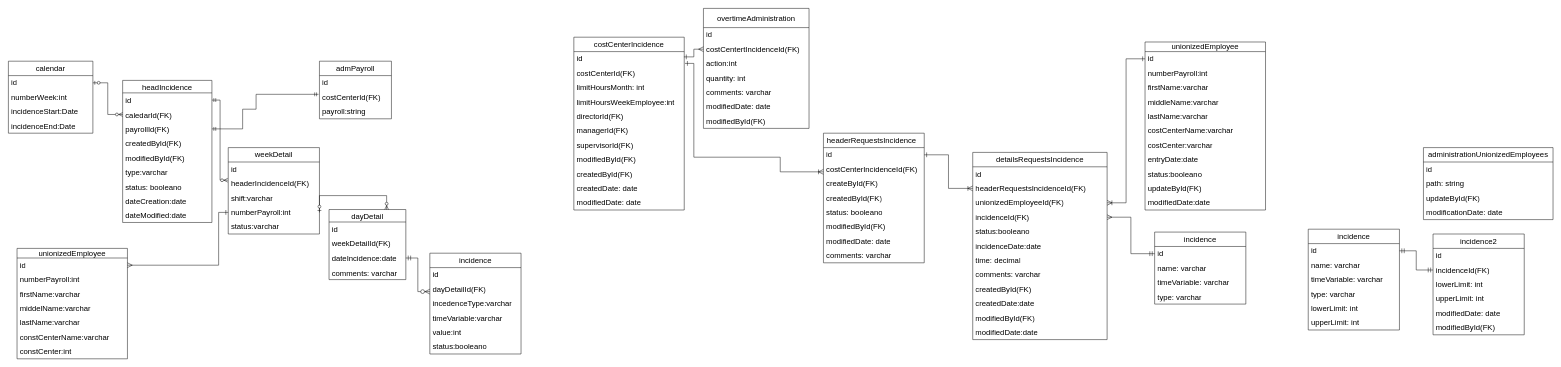
Before: page "Page-RelationalDiagram" (1 of 2) of Untitled Diagram.drawio in SocorroGC30/prueba3, a draw.io diagram. Source tidied: cells renumbered, new cells numbered last; positions are measured from the earlier drawing's top-left corner, leaving out a move shared by most shapes. Both pictures are drawn from the tidied source at 48%, with x=0, y=0 at pixel (8, 8).
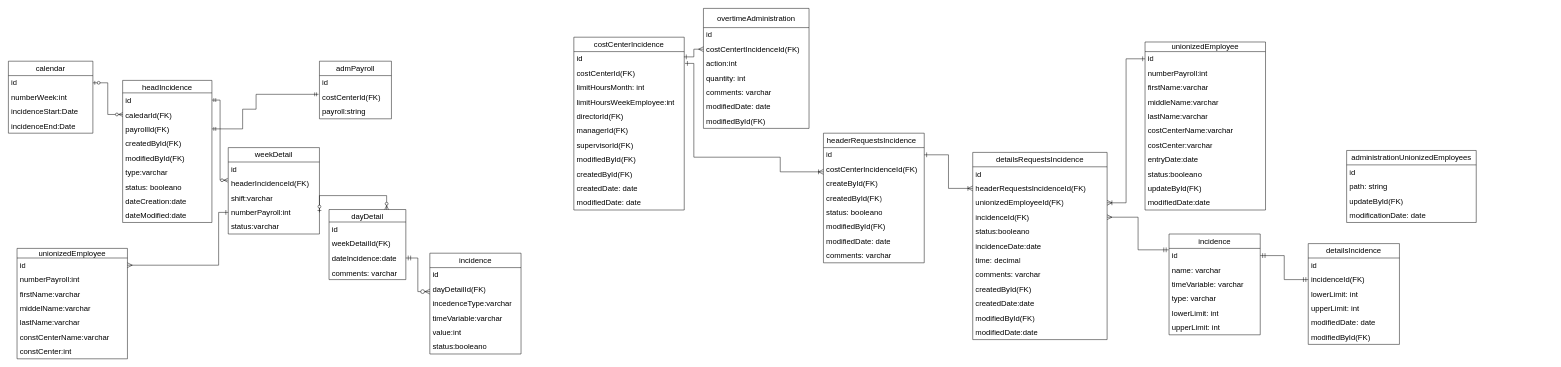
Above is the later version.

Unchanged cells that the change refers to:
```xml
<mxCell id="79" value="incidenceId(FK)" style="text;strokeColor=none;fillColor=none;align=left;verticalAlign=middle;spacingLeft=4;spacingRight=4;overflow=hidden;points=[[0,0.5],[1,0.5]];portConstraint=eastwest;whiteSpace=wrap;html=1;fontSize=16;rounded=0;" parent="75" vertex="1">
  <mxGeometry y="120" width="280" height="30" as="geometry" />
</mxCell>
<mxCell id="130" value="id" style="text;strokeColor=none;fillColor=none;align=left;verticalAlign=middle;spacingLeft=4;spacingRight=4;overflow=hidden;points=[[0,0.5],[1,0.5]];portConstraint=eastwest;whiteSpace=wrap;html=1;fontSize=16;rounded=0;" parent="129" vertex="1">
  <mxGeometry y="30" width="190" height="30" as="geometry" />
</mxCell>
```

What changed in the source:
```diff
@@
-    <mxCell id="102" value="incidence" style="swimlane;fontStyle=0;horizontal=1;startSize=30;whiteSpace=wrap;html=1;fontSize=16;rounded=0;" parent="1" vertex="1">
-      <mxGeometry x="2388" y="466" width="190" height="150" as="geometry" />
-    </mxCell>
-    <mxCell id="103" value="id" style="text;strokeColor=none;fillColor=none;align=left;verticalAlign=middle;spacingLeft=4;spacingRight=4;overflow=hidden;points=[[0,0.5],[1,0.5]];portConstraint=eastwest;whiteSpace=wrap;html=1;fontSize=16;rounded=0;" parent="102" vertex="1">
-      <mxGeometry y="30" width="190" height="30" as="geometry" />
-    </mxCell>
-    <mxCell id="104" value="name: varchar" style="text;strokeColor=none;fillColor=none;align=left;verticalAlign=middle;spacingLeft=4;spacingRight=4;overflow=hidden;whiteSpace=wrap;html=1;fontSize=16;rounded=0;" parent="102" vertex="1">
-      <mxGeometry y="60" width="190" height="30" as="geometry" />
-    </mxCell>
-    <mxCell id="105" value="timeVariable: varchar" style="text;strokeColor=none;fillColor=none;align=left;verticalAlign=middle;spacingLeft=4;spacingRight=4;overflow=hidden;whiteSpace=wrap;html=1;fontSize=16;rounded=0;" parent="102" vertex="1">
-      <mxGeometry y="90" width="190" height="30" as="geometry" />
-    </mxCell>
-    <mxCell id="106" value="type: varchar" style="text;strokeColor=none;fillColor=none;align=left;verticalAlign=middle;spacingLeft=4;spacingRight=4;overflow=hidden;whiteSpace=wrap;html=1;fontSize=16;rounded=0;" parent="102" vertex="1">
-      <mxGeometry y="120" width="190" height="30" as="geometry" />
-    </mxCell>
-    <mxCell id="107" style="edgeStyle=orthogonalEdgeStyle;fontSize=12;html=1;endArrow=ERmandOne;startArrow=ERmany;rounded=0;strokeColor=default;startSize=8;endSize=8;startFill=0;" parent="1" edge="1" source="79" target="103">
+    <mxCell id="107" style="edgeStyle=orthogonalEdgeStyle;fontSize=12;html=1;endArrow=ERmandOne;startArrow=ERmany;rounded=0;strokeColor=default;startSize=8;endSize=8;startFill=0;entryX=-0.005;entryY=0.1;entryDx=0;entryDy=0;entryPerimeter=0;" parent="1" edge="1" source="79" target="130">
       <mxGeometry relative="1" as="geometry" />
     </mxCell>
@@
     <mxCell id="117" value="administrationUnionizedEmployees" style="swimlane;fontStyle=0;horizontal=1;startSize=30;whiteSpace=wrap;html=1;fontSize=16;rounded=0;" parent="1" vertex="1">
-      <mxGeometry x="2948" y="290" width="270" height="150" as="geometry" />
+      <mxGeometry x="2788" y="296" width="270" height="150" as="geometry" />
     </mxCell>
@@
-    <mxCell id="122" value="incidence2" style="swimlane;fontStyle=0;horizontal=1;startSize=30;whiteSpace=wrap;html=1;fontSize=16;rounded=0;" parent="1" vertex="1">
-      <mxGeometry x="2968" y="470" width="190" height="210" as="geometry" />
+    <mxCell id="122" value="detailsIncidence" style="swimlane;fontStyle=0;horizontal=1;startSize=30;whiteSpace=wrap;html=1;fontSize=16;rounded=0;" parent="1" vertex="1">
+      <mxGeometry x="2708" y="490" width="190" height="210" as="geometry" />
     </mxCell>
@@
     <mxCell id="129" value="incidence" style="swimlane;fontStyle=0;horizontal=1;startSize=30;whiteSpace=wrap;html=1;fontSize=16;rounded=0;" parent="1" vertex="1">
-      <mxGeometry x="2708" y="460" width="190" height="210" as="geometry" />
+      <mxGeometry x="2418" y="470" width="190" height="210" as="geometry" />
     </mxCell>
```
